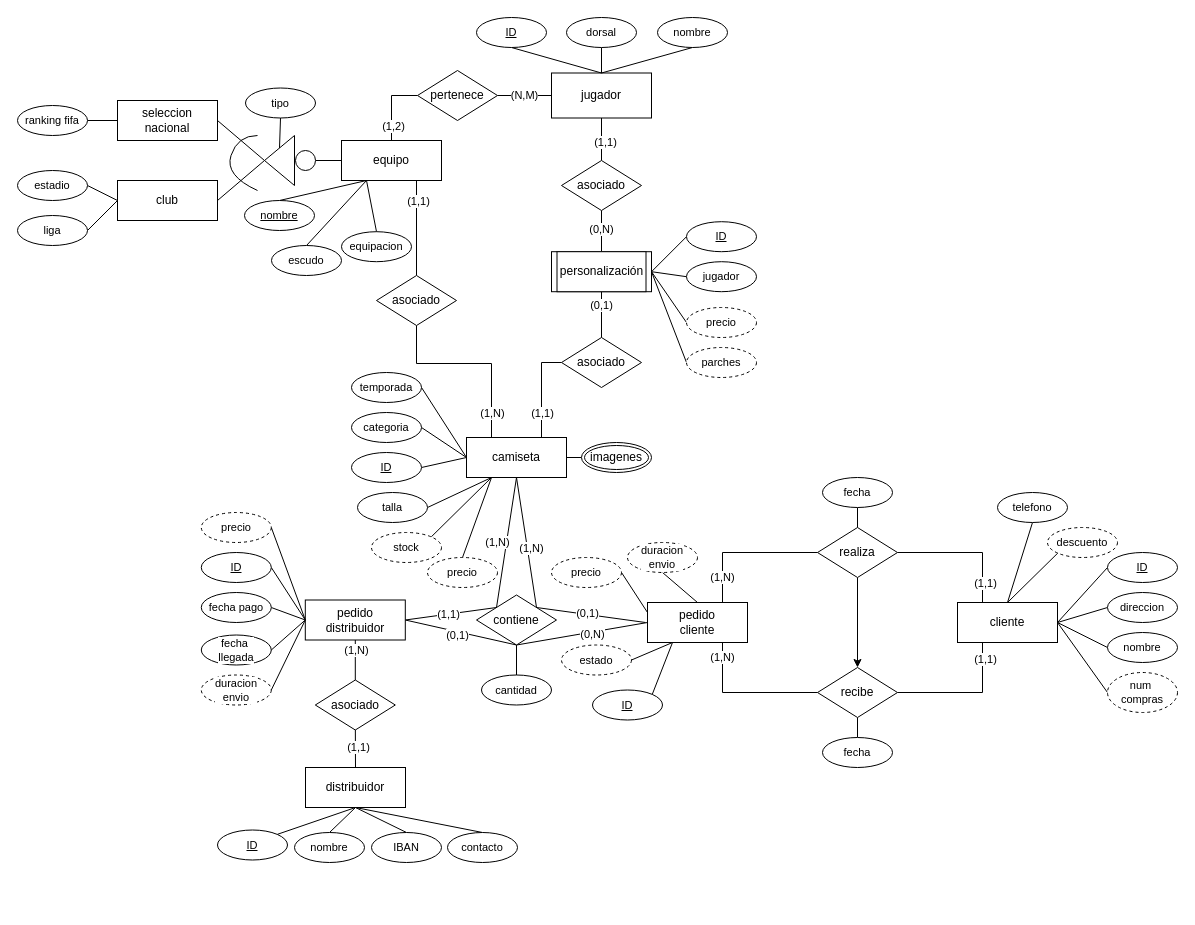
Earlier version of the draw.io diagram pedidos_camisetas.drawio (Robertpm01/ADBD). Source tidied: cells renumbered, new cells numbered last; positions are measured from the earlier drawing's top-left corner, leaving out a move shared by most shapes. Both pictures are drawn from the tidied source at 100%, with x=0, y=0 at pixel (17, 17).
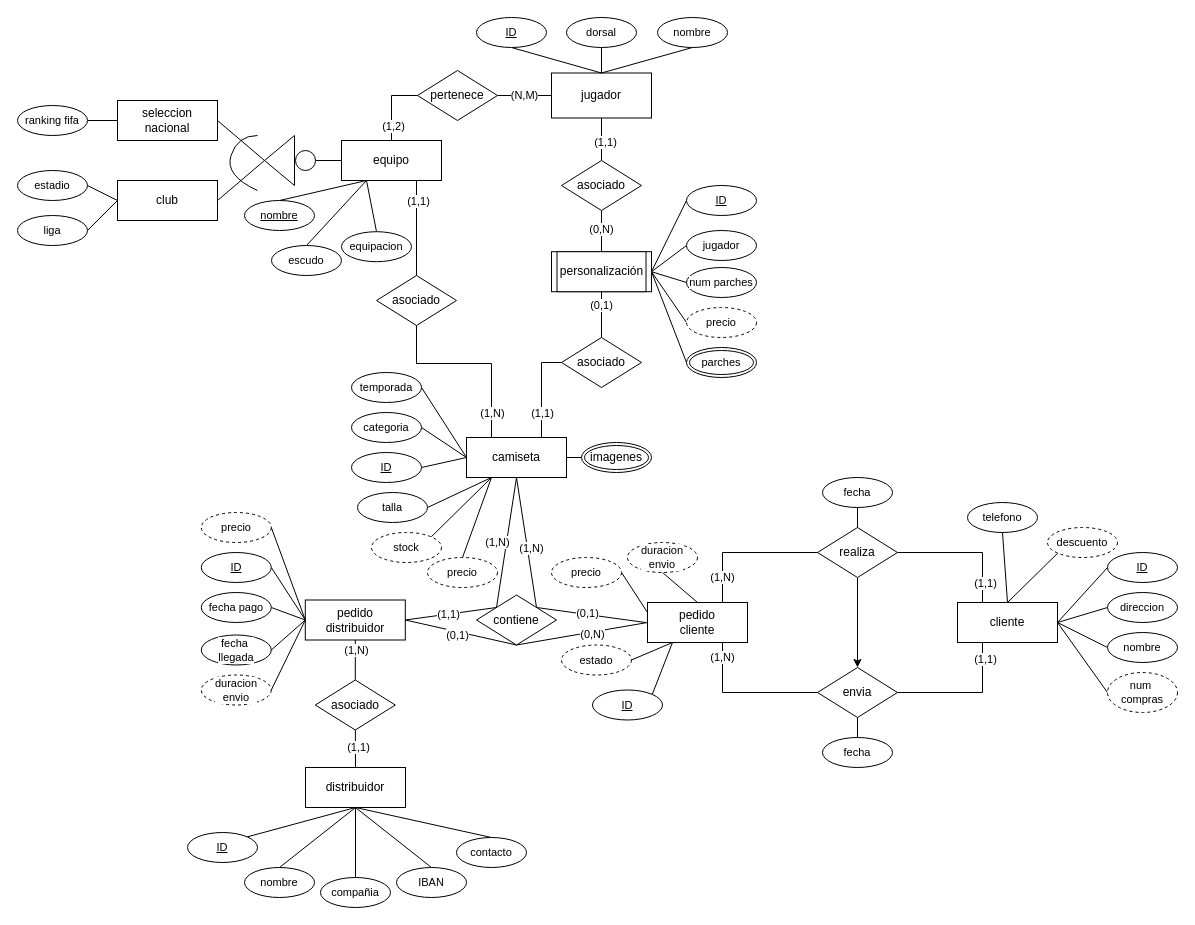
The same page after the edit.

Unchanged cells that the change refers to:
```xml
<mxCell id="18" value="contiene" style="shape=rhombus;perimeter=rhombusPerimeter;whiteSpace=wrap;html=1;align=center;" parent="1" vertex="1">
  <mxGeometry x="459" y="577.5" width="80" height="50" as="geometry" />
</mxCell>
<mxCell id="25" value="distribuidor" style="whiteSpace=wrap;html=1;align=center;" parent="1" vertex="1">
  <mxGeometry x="288" y="750" width="100" height="40" as="geometry" />
</mxCell>
<mxCell id="53" style="triangle;whiteSpace=wrap;html=1;fontFamily=Helvetica;fontSize=11;fontColor=default;labelBackgroundColor=default;rotation=-180;direction=east;flipH=0;flipV=0;" parent="1" vertex="1">
  <mxGeometry x="247" y="118" width="30" height="50" as="geometry" />
</mxCell>
<mxCell id="102" value="personalización" style="whiteSpace=wrap;html=1;align=center;" parent="1" vertex="1">
  <mxGeometry x="534" y="234.2" width="100" height="40" as="geometry" />
</mxCell>
```

Change to the diagram source:
```diff
@@
-    <mxCell id="17" style="edgeStyle=none;shape=connector;rounded=0;jettySize=auto;html=1;exitX=0.5;exitY=1;exitDx=0;exitDy=0;entryX=0.5;entryY=0;entryDx=0;entryDy=0;strokeColor=default;align=center;verticalAlign=middle;fontFamily=Helvetica;fontSize=11;fontColor=default;labelBackgroundColor=default;endArrow=none;endFill=0;" parent="1" edge="1" source="18" target="140">
-      <mxGeometry relative="1" as="geometry" />
-    </mxCell>
@@
+    <mxCell id="151" style="edgeStyle=none;shape=connector;rounded=0;jettySize=auto;html=1;exitX=0.5;exitY=1;exitDx=0;exitDy=0;entryX=0.5;entryY=0;entryDx=0;entryDy=0;strokeColor=default;align=center;verticalAlign=middle;fontFamily=Helvetica;fontSize=11;fontColor=default;labelBackgroundColor=default;endArrow=none;endFill=0;" parent="1" edge="1" source="25" target="154">
+      <mxGeometry relative="1" as="geometry" />
+    </mxCell>
@@
-    <mxCell id="51" value="recibe" style="shape=rhombus;perimeter=rhombusPerimeter;whiteSpace=wrap;html=1;align=center;" parent="1" vertex="1">
+    <mxCell id="51" value="envia" style="shape=rhombus;perimeter=rhombusPerimeter;whiteSpace=wrap;html=1;align=center;" parent="1" vertex="1">
       <mxGeometry x="800" y="650" width="80" height="50" as="geometry" />
     </mxCell>
-    <mxCell id="52" style="edgeStyle=none;shape=connector;rounded=0;jettySize=auto;html=1;exitX=0.5;exitY=1;exitDx=0;exitDy=0;entryX=0.5;entryY=1;entryDx=0;entryDy=0;strokeColor=default;align=center;verticalAlign=middle;fontFamily=Helvetica;fontSize=11;fontColor=default;labelBackgroundColor=default;endArrow=none;endFill=0;" parent="1" edge="1" source="53" target="149">
-      <mxGeometry relative="1" as="geometry" />
-    </mxCell>
@@
     <mxCell id="61" value="ID" style="ellipse;whiteSpace=wrap;html=1;align=center;fontStyle=4;fontFamily=Helvetica;fontSize=11;fontColor=default;labelBackgroundColor=default;" parent="1" vertex="1">
-      <mxGeometry x="200" y="812.5" width="70" height="30" as="geometry" />
+      <mxGeometry x="170" y="815" width="70" height="30" as="geometry" />
     </mxCell>
@@
     <mxCell id="63" value="nombre" style="ellipse;whiteSpace=wrap;html=1;align=center;fontFamily=Helvetica;fontSize=11;fontColor=default;labelBackgroundColor=default;" parent="1" vertex="1">
-      <mxGeometry x="277" y="815" width="70" height="30" as="geometry" />
+      <mxGeometry x="227" y="850" width="70" height="30" as="geometry" />
     </mxCell>
@@
     <mxCell id="65" value="IBAN" style="ellipse;whiteSpace=wrap;html=1;align=center;fontFamily=Helvetica;fontSize=11;fontColor=default;labelBackgroundColor=default;" parent="1" vertex="1">
-      <mxGeometry x="354" y="815" width="70" height="30" as="geometry" />
+      <mxGeometry x="379" y="850" width="70" height="30" as="geometry" />
     </mxCell>
@@
     <mxCell id="95" value="contacto" style="ellipse;whiteSpace=wrap;html=1;align=center;fontFamily=Helvetica;fontSize=11;fontColor=default;labelBackgroundColor=default;" parent="1" vertex="1">
-      <mxGeometry x="430" y="815" width="70" height="30" as="geometry" />
+      <mxGeometry x="439" y="820" width="70" height="30" as="geometry" />
     </mxCell>
@@
     <mxCell id="128" value="ID" style="ellipse;whiteSpace=wrap;html=1;align=center;fontStyle=4;fontFamily=Helvetica;fontSize=11;fontColor=default;labelBackgroundColor=default;" parent="1" vertex="1">
-      <mxGeometry x="669" y="204.2" width="70" height="30" as="geometry" />
+      <mxGeometry x="669" y="168" width="70" height="30" as="geometry" />
     </mxCell>
@@
     <mxCell id="132" value="telefono" style="ellipse;whiteSpace=wrap;html=1;align=center;fontFamily=Helvetica;fontSize=11;fontColor=default;labelBackgroundColor=default;" parent="1" vertex="1">
-      <mxGeometry x="980" y="475" width="70" height="30" as="geometry" />
+      <mxGeometry x="950" y="485" width="70" height="30" as="geometry" />
     </mxCell>
@@
-    <mxCell id="137" value="parches" style="ellipse;whiteSpace=wrap;html=1;align=center;fontFamily=Helvetica;fontSize=11;fontColor=default;labelBackgroundColor=default;dashed=1;" parent="1" vertex="1">
-      <mxGeometry x="669" y="330" width="70" height="30" as="geometry" />
-    </mxCell>
@@
-    <mxCell id="140" value="cantidad" style="ellipse;whiteSpace=wrap;html=1;align=center;fontFamily=Helvetica;fontSize=11;fontColor=default;labelBackgroundColor=default;" parent="1" vertex="1">
-      <mxGeometry x="464" y="657.5" width="70" height="30" as="geometry" />
-    </mxCell>
@@
-    <mxCell id="149" value="tipo" style="ellipse;whiteSpace=wrap;html=1;align=center;fontFamily=Helvetica;fontSize=11;fontColor=default;labelBackgroundColor=default;" parent="1" vertex="1">
-      <mxGeometry x="228" y="70.5" width="70" height="30" as="geometry" />
-    </mxCell>
     <mxCell id="150" value="jugador" style="ellipse;whiteSpace=wrap;html=1;align=center;fontFamily=Helvetica;fontSize=11;fontColor=default;labelBackgroundColor=default;" parent="1" vertex="1">
-      <mxGeometry x="669" y="244.2" width="70" height="30" as="geometry" />
+      <mxGeometry x="669" y="213" width="70" height="30" as="geometry" />
     </mxCell>
+    <mxCell id="137" value="parches" style="ellipse;shape=doubleEllipse;margin=3;whiteSpace=wrap;html=1;align=center;fontFamily=Helvetica;fontSize=11;fontColor=default;labelBackgroundColor=default;" parent="1" vertex="1">
+      <mxGeometry x="669" y="330" width="70" height="30" as="geometry" />
+    </mxCell>
+    <mxCell id="152" style="edgeStyle=none;shape=connector;rounded=0;jettySize=auto;html=1;exitX=0;exitY=0.5;exitDx=0;exitDy=0;entryX=1;entryY=0.5;entryDx=0;entryDy=0;strokeColor=default;align=center;verticalAlign=middle;fontFamily=Helvetica;fontSize=11;fontColor=default;labelBackgroundColor=default;endArrow=none;endFill=0;" parent="1" edge="1" source="153" target="102">
+      <mxGeometry relative="1" as="geometry" />
+    </mxCell>
+    <mxCell id="153" value="num parches" style="ellipse;whiteSpace=wrap;html=1;align=center;fontFamily=Helvetica;fontSize=11;fontColor=default;labelBackgroundColor=default;" parent="1" vertex="1">
+      <mxGeometry x="669" y="250" width="70" height="30" as="geometry" />
+    </mxCell>
+    <mxCell id="154" value="compañia" style="ellipse;whiteSpace=wrap;html=1;align=center;fontFamily=Helvetica;fontSize=11;fontColor=default;labelBackgroundColor=default;" parent="1" vertex="1">
+      <mxGeometry x="303" y="860" width="70" height="30" as="geometry" />
+    </mxCell>
```
